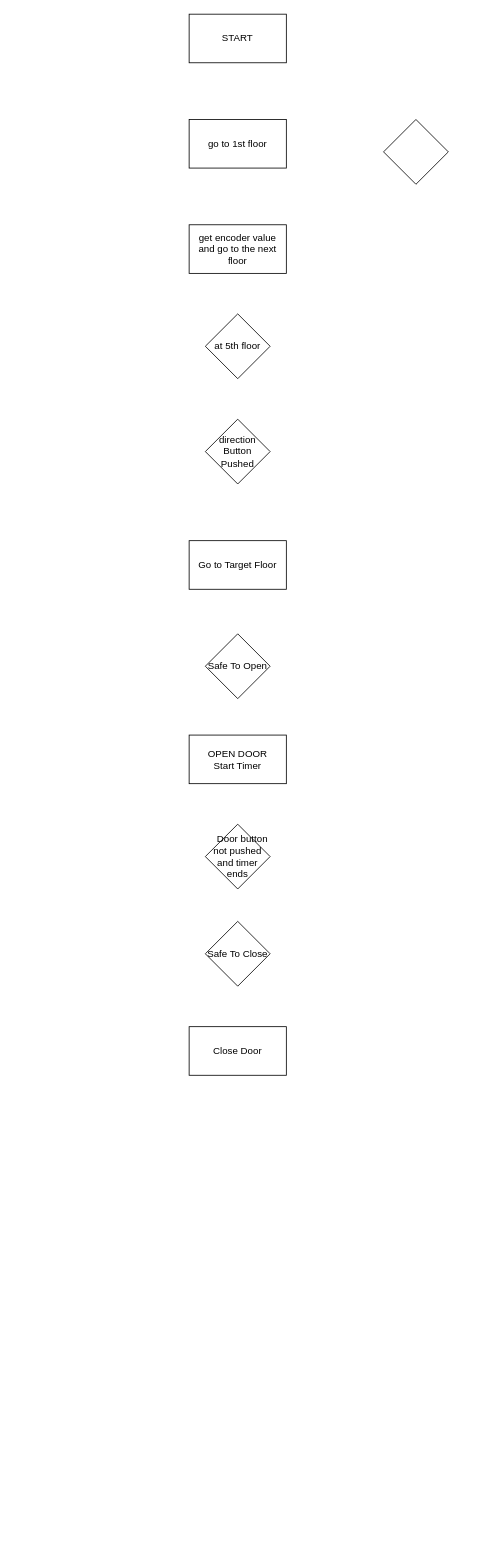
Earlier version of the draw.io diagram Elevator Flowchart.drawio (lkw56/Elevator). Source tidied: cells renumbered, new cells numbered last; positions are measured from the earlier drawing's top-left corner, leaving out a move shared by most shapes. Both pictures are drawn from the tidied source at 81%, with x=0, y=0 at pixel (189, 14).
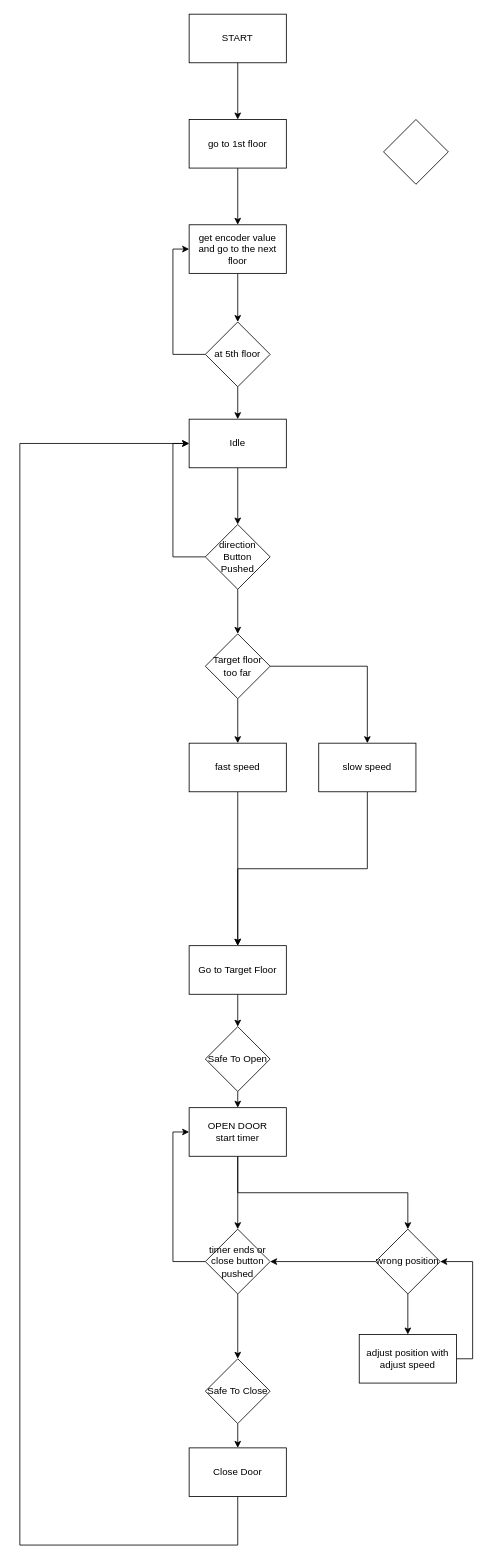
The same diagram, later.

Unchanged cells that the change refers to:
```xml
<mxCell id="2" value="START" style="rounded=0;whiteSpace=wrap;html=1;" parent="1" vertex="1">
  <mxGeometry width="120" height="60" as="geometry" />
</mxCell>
<mxCell id="9" value="get encoder value and go to the next floor" style="rounded=0;whiteSpace=wrap;html=1;" parent="1" vertex="1">
  <mxGeometry y="260" width="120" height="60" as="geometry" />
</mxCell>
<mxCell id="13" value="go to 1st floor" style="rounded=0;whiteSpace=wrap;html=1;" parent="1" vertex="1">
  <mxGeometry y="130" width="120" height="60" as="geometry" />
</mxCell>
```

Change to the diagram source:
```diff
@@
+    <mxCell id="14" style="edgeStyle=orthogonalEdgeStyle;rounded=0;jettySize=auto;html=1;exitX=0.5;exitY=1;exitDx=0;exitDy=0;entryX=0.5;entryY=0;entryDx=0;entryDy=0;" parent="1" edge="1" source="3" target="5">
+      <mxGeometry relative="1" as="geometry" />
+    </mxCell>
     <mxCell id="3" value="Go to Target Floor" style="rounded=0;whiteSpace=wrap;html=1;" parent="1" vertex="1">
-      <mxGeometry y="650" width="120" height="60" as="geometry" />
+      <mxGeometry y="1150" width="120" height="60" as="geometry" />
     </mxCell>
+    <mxCell id="15" style="edgeStyle=orthogonalEdgeStyle;rounded=0;jettySize=auto;html=1;exitX=0.5;exitY=1;exitDx=0;exitDy=0;entryX=0.5;entryY=0;entryDx=0;entryDy=0;" parent="1" edge="1" source="4" target="38">
+      <mxGeometry relative="1" as="geometry" />
+    </mxCell>
+    <mxCell id="16" style="edgeStyle=orthogonalEdgeStyle;rounded=0;jettySize=auto;html=1;exitX=0.5;exitY=1;exitDx=0;exitDy=0;entryX=0.5;entryY=0;entryDx=0;entryDy=0;" parent="1" edge="1" source="4" target="41">
+      <mxGeometry relative="1" as="geometry" />
+    </mxCell>
-    <mxCell id="4" value="&lt;div&gt;OPEN DOOR&lt;/div&gt;&lt;div&gt;Start Timer&lt;br&gt;&lt;/div&gt;" style="rounded=0;whiteSpace=wrap;html=1;" parent="1" vertex="1">
-      <mxGeometry y="890" width="120" height="60" as="geometry" />
+    <mxCell id="4" value="&lt;div&gt;OPEN DOOR&lt;/div&gt;&lt;div&gt;start timer&lt;br&gt;&lt;/div&gt;" style="rounded=0;whiteSpace=wrap;html=1;" parent="1" vertex="1">
+      <mxGeometry y="1350" width="120" height="60" as="geometry" />
     </mxCell>
+    <mxCell id="17" style="edgeStyle=orthogonalEdgeStyle;rounded=0;jettySize=auto;html=1;exitX=0.5;exitY=1;exitDx=0;exitDy=0;entryX=0.5;entryY=0;entryDx=0;entryDy=0;" parent="1" edge="1" source="5" target="4">
+      <mxGeometry relative="1" as="geometry" />
+    </mxCell>
     <mxCell id="5" value="Safe To Open" style="rhombus;whiteSpace=wrap;html=1;" parent="1" vertex="1">
-      <mxGeometry x="20" y="765" width="80" height="80" as="geometry" />
+      <mxGeometry x="20" y="1250" width="80" height="80" as="geometry" />
     </mxCell>
+    <mxCell id="18" style="edgeStyle=orthogonalEdgeStyle;rounded=0;jettySize=auto;html=1;exitX=0;exitY=0.5;exitDx=0;exitDy=0;entryX=0;entryY=0.5;entryDx=0;entryDy=0;" parent="1" edge="1" source="6" target="28">
+      <mxGeometry relative="1" as="geometry" />
+    </mxCell>
+    <mxCell id="19" style="edgeStyle=orthogonalEdgeStyle;rounded=0;jettySize=auto;html=1;exitX=0.5;exitY=1;exitDx=0;exitDy=0;entryX=0.5;entryY=0;entryDx=0;entryDy=0;" parent="1" edge="1" source="6" target="31">
+      <mxGeometry relative="1" as="geometry" />
+    </mxCell>
     <mxCell id="6" value="direction Button Pushed" style="rhombus;whiteSpace=wrap;html=1;" parent="1" vertex="1">
-      <mxGeometry x="20" y="500" width="80" height="80" as="geometry" />
+      <mxGeometry x="20" y="630" width="80" height="80" as="geometry" />
     </mxCell>
+    <mxCell id="20" style="edgeStyle=orthogonalEdgeStyle;rounded=0;jettySize=auto;html=1;exitX=0.5;exitY=1;exitDx=0;exitDy=0;entryX=0.5;entryY=0;entryDx=0;entryDy=0;" parent="1" edge="1" source="7" target="8">
+      <mxGeometry relative="1" as="geometry" />
+    </mxCell>
     <mxCell id="7" value="Safe To Close" style="rhombus;whiteSpace=wrap;html=1;" parent="1" vertex="1">
-      <mxGeometry x="20" y="1120" width="80" height="80" as="geometry" />
+      <mxGeometry x="20" y="1660" width="80" height="80" as="geometry" />
     </mxCell>
+    <mxCell id="21" style="edgeStyle=orthogonalEdgeStyle;rounded=0;jettySize=auto;html=1;exitX=0.5;exitY=1;exitDx=0;exitDy=0;" parent="1" edge="1" source="8">
+      <mxGeometry relative="1" as="geometry">
+        <mxPoint y="530" as="targetPoint" />
+        <Array as="points">
+          <mxPoint x="60" y="1890" />
+          <mxPoint x="-209" y="1890" />
+          <mxPoint x="-209" y="530" />
+        </Array>
+      </mxGeometry>
+    </mxCell>
     <mxCell id="8" value="Close Door" style="rounded=0;whiteSpace=wrap;html=1;" parent="1" vertex="1">
-      <mxGeometry y="1250" width="120" height="60" as="geometry" />
+      <mxGeometry y="1770" width="120" height="60" as="geometry" />
     </mxCell>
+    <mxCell id="22" style="edgeStyle=orthogonalEdgeStyle;rounded=0;jettySize=auto;html=1;exitX=0.5;exitY=1;exitDx=0;exitDy=0;entryX=0.5;entryY=0;entryDx=0;entryDy=0;" parent="1" edge="1" source="9" target="11">
+      <mxGeometry relative="1" as="geometry" />
+    </mxCell>
@@
+    <mxCell id="23" style="edgeStyle=orthogonalEdgeStyle;rounded=0;jettySize=auto;html=1;exitX=0;exitY=0.5;exitDx=0;exitDy=0;entryX=0;entryY=0.5;entryDx=0;entryDy=0;" parent="1" edge="1" source="11" target="9">
+      <mxGeometry relative="1" as="geometry" />
+    </mxCell>
+    <mxCell id="24" style="edgeStyle=orthogonalEdgeStyle;rounded=0;jettySize=auto;html=1;exitX=0.5;exitY=1;exitDx=0;exitDy=0;entryX=0.5;entryY=0;entryDx=0;entryDy=0;" parent="1" edge="1" source="11" target="28">
+      <mxGeometry relative="1" as="geometry" />
+    </mxCell>
     <mxCell id="11" value="at 5th floor" style="rhombus;whiteSpace=wrap;html=1;" parent="1" vertex="1">
-      <mxGeometry x="20" y="370" width="80" height="80" as="geometry" />
+      <mxGeometry x="20" y="380" width="80" height="80" as="geometry" />
     </mxCell>
-    <mxCell id="12" value="　Door button not pushed and timer ends" style="rhombus;whiteSpace=wrap;html=1;" parent="1" vertex="1">
-      <mxGeometry x="20" y="1000" width="80" height="80" as="geometry" />
-    </mxCell>
+    <mxCell id="25" style="edgeStyle=orthogonalEdgeStyle;rounded=0;jettySize=auto;html=1;exitX=0.5;exitY=1;exitDx=0;exitDy=0;entryX=0.5;entryY=0;entryDx=0;entryDy=0;" parent="1" edge="1" source="13" target="9">
+      <mxGeometry relative="1" as="geometry" />
+    </mxCell>
@@
+    <mxCell id="26" style="endArrow=classic;html=1;rounded=0;exitX=0.5;exitY=1;exitDx=0;exitDy=0;" parent="1" edge="1" source="2" target="13">
+      <mxGeometry relative="1" as="geometry" />
+    </mxCell>
+    <mxCell id="27" style="edgeStyle=orthogonalEdgeStyle;rounded=0;jettySize=auto;html=1;exitX=0.5;exitY=1;exitDx=0;exitDy=0;entryX=0.5;entryY=0;entryDx=0;entryDy=0;" parent="1" edge="1" source="28" target="6">
+      <mxGeometry relative="1" as="geometry" />
+    </mxCell>
+    <mxCell id="28" value="Idle" style="rounded=0;whiteSpace=wrap;html=1;" parent="1" vertex="1">
+      <mxGeometry y="500" width="120" height="60" as="geometry" />
+    </mxCell>
+    <mxCell id="29" style="edgeStyle=orthogonalEdgeStyle;rounded=0;jettySize=auto;html=1;exitX=0.5;exitY=1;exitDx=0;exitDy=0;entryX=0.5;entryY=0;entryDx=0;entryDy=0;" parent="1" edge="1" source="31" target="33">
+      <mxGeometry relative="1" as="geometry" />
+    </mxCell>
+    <mxCell id="30" style="edgeStyle=orthogonalEdgeStyle;rounded=0;jettySize=auto;html=1;exitX=1;exitY=0.5;exitDx=0;exitDy=0;entryX=0.5;entryY=0;entryDx=0;entryDy=0;" parent="1" edge="1" source="31" target="35">
+      <mxGeometry relative="1" as="geometry" />
+    </mxCell>
+    <mxCell id="31" value="Target floor too far" style="rhombus;whiteSpace=wrap;html=1;" parent="1" vertex="1">
+      <mxGeometry x="20" y="765" width="80" height="80" as="geometry" />
+    </mxCell>
+    <mxCell id="32" style="edgeStyle=orthogonalEdgeStyle;rounded=0;jettySize=auto;html=1;exitX=0.5;exitY=1;exitDx=0;exitDy=0;" parent="1" edge="1" source="33">
+      <mxGeometry relative="1" as="geometry">
+        <mxPoint x="60" y="1150" as="targetPoint" />
+      </mxGeometry>
+    </mxCell>
+    <mxCell id="33" value="fast speed" style="rounded=0;whiteSpace=wrap;html=1;" parent="1" vertex="1">
+      <mxGeometry y="900" width="120" height="60" as="geometry" />
+    </mxCell>
+    <mxCell id="34" style="edgeStyle=orthogonalEdgeStyle;rounded=0;jettySize=auto;html=1;exitX=0.5;exitY=1;exitDx=0;exitDy=0;entryX=0.5;entryY=0;entryDx=0;entryDy=0;" parent="1" edge="1" source="35" target="3">
+      <mxGeometry relative="1" as="geometry" />
+    </mxCell>
+    <mxCell id="35" value="slow speed" style="rounded=0;whiteSpace=wrap;html=1;" parent="1" vertex="1">
+      <mxGeometry x="160" y="900" width="120" height="60" as="geometry" />
+    </mxCell>
+    <mxCell id="36" style="edgeStyle=orthogonalEdgeStyle;rounded=0;jettySize=auto;html=1;exitX=0.5;exitY=1;exitDx=0;exitDy=0;entryX=0.5;entryY=0;entryDx=0;entryDy=0;" parent="1" edge="1" source="38" target="7">
+      <mxGeometry relative="1" as="geometry" />
+    </mxCell>
+    <mxCell id="37" style="edgeStyle=orthogonalEdgeStyle;rounded=0;jettySize=auto;html=1;exitX=0;exitY=0.5;exitDx=0;exitDy=0;entryX=0;entryY=0.5;entryDx=0;entryDy=0;" parent="1" edge="1" source="38" target="4">
+      <mxGeometry relative="1" as="geometry" />
+    </mxCell>
+    <mxCell id="38" value="timer ends or close button pushed" style="rhombus;whiteSpace=wrap;html=1;" parent="1" vertex="1">
+      <mxGeometry x="20" y="1500" width="80" height="80" as="geometry" />
+    </mxCell>
+    <mxCell id="39" style="edgeStyle=orthogonalEdgeStyle;rounded=0;jettySize=auto;html=1;exitX=0.5;exitY=1;exitDx=0;exitDy=0;entryX=0.5;entryY=0;entryDx=0;entryDy=0;" parent="1" edge="1" source="41" target="43">
+      <mxGeometry relative="1" as="geometry" />
+    </mxCell>
+    <mxCell id="40" style="edgeStyle=orthogonalEdgeStyle;rounded=0;jettySize=auto;html=1;exitX=0;exitY=0.5;exitDx=0;exitDy=0;entryX=1;entryY=0.5;entryDx=0;entryDy=0;" parent="1" edge="1" source="41" target="38">
+      <mxGeometry relative="1" as="geometry" />
+    </mxCell>
+    <mxCell id="41" value="wrong position" style="rhombus;whiteSpace=wrap;html=1;" parent="1" vertex="1">
+      <mxGeometry x="230" y="1500" width="80" height="80" as="geometry" />
+    </mxCell>
+    <mxCell id="42" style="edgeStyle=orthogonalEdgeStyle;rounded=0;jettySize=auto;html=1;exitX=1;exitY=0.5;exitDx=0;exitDy=0;entryX=1;entryY=0.5;entryDx=0;entryDy=0;" parent="1" edge="1" source="43" target="41">
+      <mxGeometry relative="1" as="geometry" />
+    </mxCell>
+    <mxCell id="43" value="adjust position with adjust speed" style="rounded=0;whiteSpace=wrap;html=1;" parent="1" vertex="1">
+      <mxGeometry x="210" y="1630" width="120" height="60" as="geometry" />
+    </mxCell>
```
